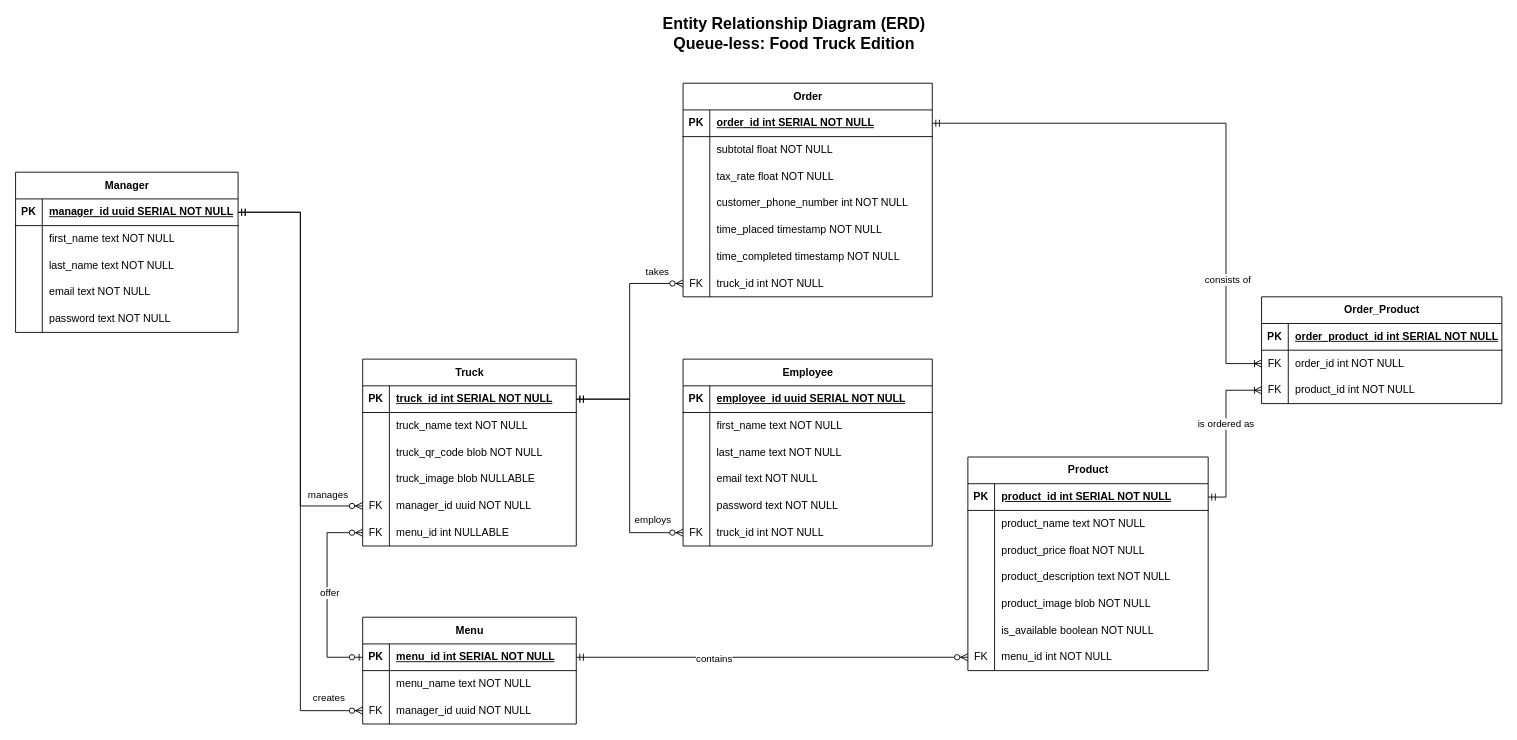
MasonKrause7/qless-host keeps this draw.io diagram as qless/documentation/ERD.drawio. Above is the earlier version. Source tidied: cells renumbered, new cells numbered last; positions are measured from the earlier drawing's top-left corner, leaving out a move shared by most shapes. Both pictures are drawn from the tidied source at 89%, with x=0, y=0 at pixel (15, 20).
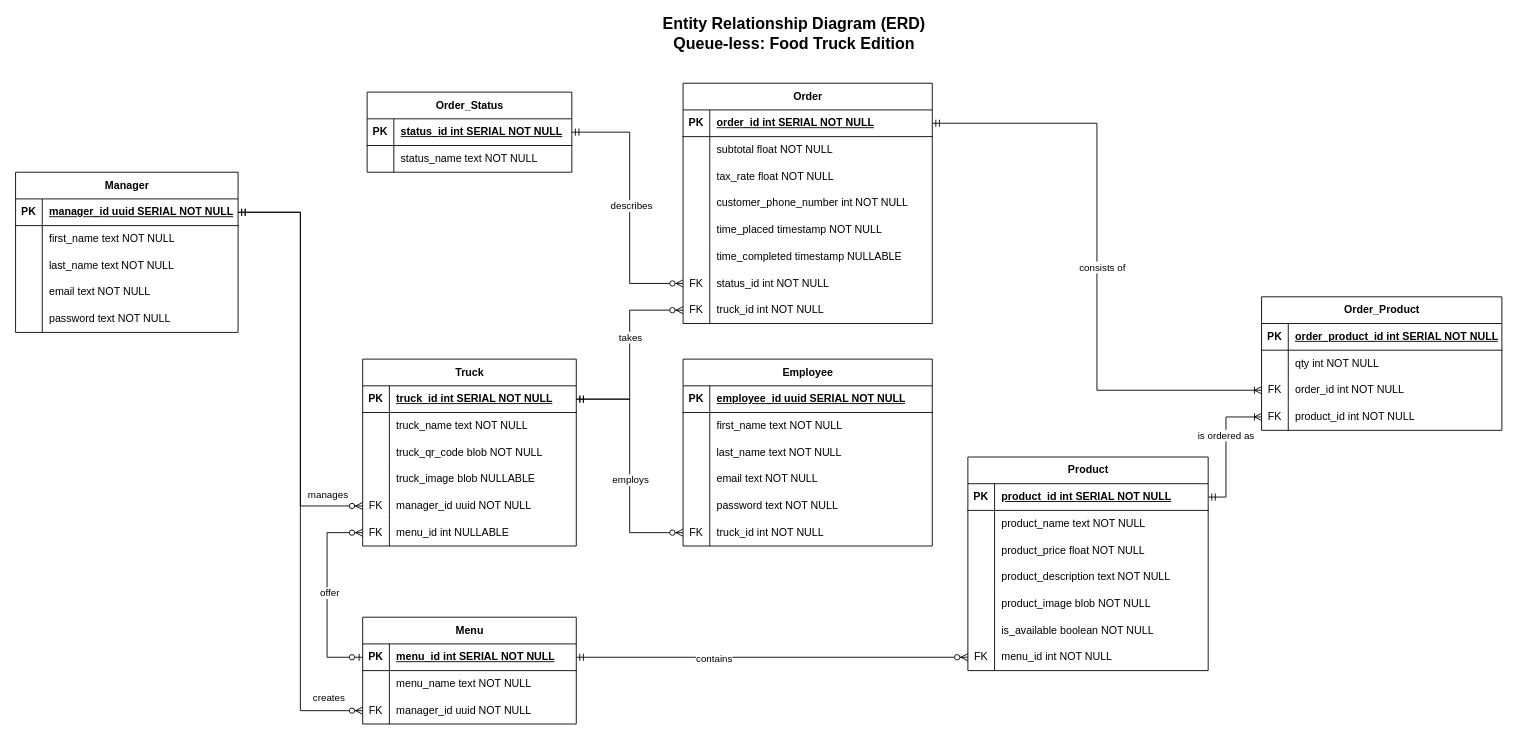
After the change.

Unchanged cells that the change refers to:
```xml
<mxCell id="3" style="shape=tableRow;horizontal=0;startSize=0;swimlaneHead=0;swimlaneBody=0;fillColor=none;points=[[0,0.5],[1,0.5]];portConstraint=eastwest;top=0;left=0;right=0;bottom=1;" parent="2" vertex="1">
  <mxGeometry y="30" width="240" height="30" as="geometry" />
</mxCell>
<mxCell id="48" style="shape=tableRow;horizontal=0;startSize=0;swimlaneHead=0;swimlaneBody=0;fillColor=none;points=[[0,0.5],[1,0.5]];portConstraint=eastwest;top=0;left=0;right=0;bottom=1;" parent="47" vertex="1">
  <mxGeometry y="30" width="280" height="30" as="geometry" />
</mxCell>
<mxCell id="63" style="shape=tableRow;horizontal=0;startSize=0;swimlaneHead=0;swimlaneBody=0;fillColor=none;top=0;left=0;right=0;bottom=0;" parent="47" vertex="1">
  <mxGeometry y="180" width="280" height="30" as="geometry" />
</mxCell>
<mxCell id="66" style="shape=tableRow;horizontal=0;startSize=0;swimlaneHead=0;swimlaneBody=0;fillColor=none;points=[[0,0.5],[1,0.5]];portConstraint=eastwest;top=0;left=0;right=0;bottom=0;" parent="47" vertex="1">
  <mxGeometry y="210" width="280" height="30" as="geometry" />
</mxCell>
<mxCell id="70" style="shape=tableRow;horizontal=0;startSize=0;swimlaneHead=0;swimlaneBody=0;fillColor=none;points=[[0,0.5],[1,0.5]];portConstraint=eastwest;top=0;left=0;right=0;bottom=1;" parent="69" vertex="1">
  <mxGeometry y="30" width="270" height="30" as="geometry" />
</mxCell>
<mxCell id="95" style="shape=tableRow;horizontal=0;startSize=0;swimlaneHead=0;swimlaneBody=0;fillColor=none;points=[[0,0.5],[1,0.5]];portConstraint=eastwest;top=0;left=0;right=0;bottom=0;" parent="91" vertex="1">
  <mxGeometry y="60" width="270" height="30" as="geometry" />
</mxCell>
<mxCell id="98" style="shape=tableRow;horizontal=0;startSize=0;swimlaneHead=0;swimlaneBody=0;fillColor=none;points=[[0,0.5],[1,0.5]];portConstraint=eastwest;top=0;left=0;right=0;bottom=0;" parent="91" vertex="1">
  <mxGeometry y="90" width="270" height="30" as="geometry" />
</mxCell>
<mxCell id="131" style="edgeStyle=orthogonalEdgeStyle;fontSize=12;html=1;endArrow=ERzeroToMany;startArrow=ERmandOne;rounded=0;exitX=1;exitY=0.5;exitDx=0;exitDy=0;entryX=0;entryY=0.5;entryDx=0;entryDy=0;" parent="1" edge="1" source="3" target="128">
  <mxGeometry relative="1" as="geometry" />
</mxCell>
```

What changed in the source:
```diff
@@
     <mxCell id="47" value="Order" style="shape=table;startSize=30;childLayout=tableLayout;rowLines=0;fontStyle=1;align=center;html=1;" parent="1" vertex="1">
-      <mxGeometry x="750" y="70" width="280" height="240" as="geometry" />
+      <mxGeometry x="750" y="70" width="280" height="270" as="geometry" />
     </mxCell>
@@
-    <mxCell id="65" value="time_completed timestamp NOT NULL" style="shape=partialRectangle;fillColor=none;top=0;left=0;bottom=0;right=0;align=left;spacingLeft=6;overflow=hidden;whiteSpace=wrap;html=1;" parent="63" vertex="1">
+    <mxCell id="65" value="time_completed timestamp NULLABLE" style="shape=partialRectangle;fillColor=none;top=0;left=0;bottom=0;right=0;align=left;spacingLeft=6;overflow=hidden;whiteSpace=wrap;html=1;" parent="63" vertex="1">
       <mxGeometry x="30" width="250" height="30" as="geometry" />
     </mxCell>
@@
-    <mxCell id="68" value="truck_id int NOT NULL&amp;nbsp;" style="shape=partialRectangle;fillColor=none;top=0;left=0;bottom=0;right=0;align=left;spacingLeft=6;overflow=hidden;whiteSpace=wrap;html=1;" parent="66" vertex="1">
+    <mxCell id="68" value="status_id int NOT NULL" style="shape=partialRectangle;fillColor=none;top=0;left=0;bottom=0;right=0;align=left;spacingLeft=6;overflow=hidden;whiteSpace=wrap;html=1;" parent="66" vertex="1">
       <mxGeometry x="30" width="250" height="30" as="geometry" />
     </mxCell>
+    <mxCell id="137" style="shape=tableRow;horizontal=0;startSize=0;swimlaneHead=0;swimlaneBody=0;fillColor=none;points=[[0,0.5],[1,0.5]];portConstraint=eastwest;top=0;left=0;right=0;bottom=0;" parent="47" vertex="1">
+      <mxGeometry y="240" width="280" height="30" as="geometry" />
+    </mxCell>
+    <mxCell id="138" value="FK" style="shape=partialRectangle;fillColor=none;top=0;left=0;bottom=0;right=0;overflow=hidden;whiteSpace=wrap;html=1;" parent="137" vertex="1">
+      <mxGeometry width="30" height="30" as="geometry" />
+    </mxCell>
+    <mxCell id="139" value="truck_id int NOT NULL" style="shape=partialRectangle;fillColor=none;top=0;left=0;bottom=0;right=0;align=left;spacingLeft=6;overflow=hidden;whiteSpace=wrap;html=1;" parent="137" vertex="1">
+      <mxGeometry x="30" width="250" height="30" as="geometry" />
+    </mxCell>
@@
     <mxCell id="91" value="Order_Product" style="shape=table;startSize=30;childLayout=tableLayout;rowLines=0;fontStyle=1;align=center;html=1;" parent="1" vertex="1">
-      <mxGeometry x="1400" y="310" width="270" height="120" as="geometry" />
+      <mxGeometry x="1400" y="310" width="270" height="150" as="geometry" />
     </mxCell>
@@
-    <mxCell id="96" value="FK" style="shape=partialRectangle;fillColor=none;top=0;left=0;bottom=0;right=0;overflow=hidden;whiteSpace=wrap;html=1;" parent="95" vertex="1">
+    <mxCell id="96" style="shape=partialRectangle;fillColor=none;top=0;left=0;bottom=0;right=0;overflow=hidden;whiteSpace=wrap;html=1;" parent="95" vertex="1">
       <mxGeometry width="30" height="30" as="geometry" />
     </mxCell>
-    <mxCell id="97" value="order_id int NOT NULL" style="shape=partialRectangle;fillColor=none;top=0;left=0;bottom=0;right=0;align=left;spacingLeft=6;overflow=hidden;whiteSpace=wrap;html=1;" parent="95" vertex="1">
+    <mxCell id="97" value="qty int NOT NULL" style="shape=partialRectangle;fillColor=none;top=0;left=0;bottom=0;right=0;align=left;spacingLeft=6;overflow=hidden;whiteSpace=wrap;html=1;" parent="95" vertex="1">
       <mxGeometry x="30" width="240" height="30" as="geometry" />
     </mxCell>
@@
-    <mxCell id="100" value="product_id int NOT NULL" style="shape=partialRectangle;fillColor=none;top=0;left=0;bottom=0;right=0;align=left;spacingLeft=6;overflow=hidden;whiteSpace=wrap;html=1;" parent="98" vertex="1">
+    <mxCell id="100" value="order_id int NOT NULL" style="shape=partialRectangle;fillColor=none;top=0;left=0;bottom=0;right=0;align=left;spacingLeft=6;overflow=hidden;whiteSpace=wrap;html=1;" parent="98" vertex="1">
       <mxGeometry x="30" width="240" height="30" as="geometry" />
     </mxCell>
+    <mxCell id="140" style="shape=tableRow;horizontal=0;startSize=0;swimlaneHead=0;swimlaneBody=0;fillColor=none;points=[[0,0.5],[1,0.5]];portConstraint=eastwest;top=0;left=0;right=0;bottom=0;" parent="91" vertex="1">
+      <mxGeometry y="120" width="270" height="30" as="geometry" />
+    </mxCell>
+    <mxCell id="141" value="FK" style="shape=partialRectangle;fillColor=none;top=0;left=0;bottom=0;right=0;overflow=hidden;whiteSpace=wrap;html=1;" parent="140" vertex="1">
+      <mxGeometry width="30" height="30" as="geometry" />
+    </mxCell>
+    <mxCell id="142" value="product_id int NOT NULL" style="shape=partialRectangle;fillColor=none;top=0;left=0;bottom=0;right=0;align=left;spacingLeft=6;overflow=hidden;whiteSpace=wrap;html=1;" parent="140" vertex="1">
+      <mxGeometry x="30" width="240" height="30" as="geometry" />
+    </mxCell>
@@
-    <mxCell id="103" style="edgeStyle=orthogonalEdgeStyle;fontSize=12;html=1;endArrow=ERoneToMany;startArrow=ERmandOne;rounded=0;exitX=1;exitY=0.5;exitDx=0;exitDy=0;entryX=0;entryY=0.5;entryDx=0;entryDy=0;" parent="1" edge="1" source="48" target="95">
-      <mxGeometry relative="1" as="geometry">
-        <Array as="points">
-          <mxPoint x="1360" y="115" />
-          <mxPoint x="1360" y="385" />
-        </Array>
-      </mxGeometry>
+    <mxCell id="103" style="edgeStyle=orthogonalEdgeStyle;fontSize=12;html=1;endArrow=ERoneToMany;startArrow=ERmandOne;rounded=0;exitX=1;exitY=0.5;exitDx=0;exitDy=0;entryX=0;entryY=0.5;entryDx=0;entryDy=0;" parent="1" edge="1" source="48" target="98">
+      <mxGeometry relative="1" as="geometry" />
     </mxCell>
     <mxCell id="104" value="consists of" style="edgeLabel;html=1;align=center;verticalAlign=middle;" parent="103" vertex="1">
       <mxGeometry x="-0.15" y="1" relative="1" as="geometry">
-        <mxPoint x="59" y="176" as="offset" />
+        <mxPoint x="4" y="61" as="offset" />
       </mxGeometry>
     </mxCell>
-    <mxCell id="105" style="edgeStyle=orthogonalEdgeStyle;fontSize=12;html=1;endArrow=ERzeroToMany;startArrow=ERmandOne;rounded=0;exitX=1;exitY=0.5;exitDx=0;exitDy=0;entryX=0;entryY=0.5;entryDx=0;entryDy=0;" parent="1" edge="1" source="3" target="66">
+    <mxCell id="105" style="edgeStyle=orthogonalEdgeStyle;fontSize=12;html=1;endArrow=ERzeroToMany;startArrow=ERmandOne;rounded=0;exitX=1;exitY=0.5;exitDx=0;exitDy=0;entryX=0;entryY=0.5;entryDx=0;entryDy=0;" parent="1" edge="1" source="3" target="137">
       <mxGeometry relative="1" as="geometry" />
     </mxCell>
     <mxCell id="106" value="takes" style="edgeLabel;html=1;align=center;verticalAlign=middle;" parent="105" vertex="1">
       <mxGeometry x="-0.24" y="-1" relative="1" as="geometry">
-        <mxPoint x="29" y="-109" as="offset" />
+        <mxPoint x="-1" y="-46" as="offset" />
       </mxGeometry>
     </mxCell>
-    <mxCell id="107" style="edgeStyle=orthogonalEdgeStyle;fontSize=12;html=1;endArrow=ERoneToMany;startArrow=ERmandOne;rounded=0;exitX=1;exitY=0.5;exitDx=0;exitDy=0;entryX=0;entryY=0.5;entryDx=0;entryDy=0;" parent="1" edge="1" source="70" target="98">
+    <mxCell id="107" style="edgeStyle=orthogonalEdgeStyle;fontSize=12;html=1;endArrow=ERoneToMany;startArrow=ERmandOne;rounded=0;exitX=1;exitY=0.5;exitDx=0;exitDy=0;entryX=0;entryY=0.5;entryDx=0;entryDy=0;" parent="1" edge="1" source="70" target="140">
       <mxGeometry relative="1" as="geometry">
         <Array as="points">
           <mxPoint x="1360" y="535" />
-          <mxPoint x="1360" y="415" />
+          <mxPoint x="1360" y="445" />
         </Array>
       </mxGeometry>
     </mxCell>
@@
     <mxCell id="132" value="employs" style="edgeLabel;html=1;align=center;verticalAlign=middle;" parent="131" vertex="1">
       <mxGeometry x="0.74" y="4" relative="1" as="geometry">
-        <mxPoint y="-11" as="offset" />
+        <mxPoint x="-25" y="-56" as="offset" />
       </mxGeometry>
     </mxCell>
@@
+    <mxCell id="143" value="Order_Status" style="shape=table;startSize=30;childLayout=tableLayout;rowLines=0;fontStyle=1;align=center;html=1;" parent="1" vertex="1">
+      <mxGeometry x="395" y="80" width="230" height="90" as="geometry" />
+    </mxCell>
+    <mxCell id="144" style="shape=tableRow;horizontal=0;startSize=0;swimlaneHead=0;swimlaneBody=0;fillColor=none;points=[[0,0.5],[1,0.5]];portConstraint=eastwest;top=0;left=0;right=0;bottom=1;" parent="143" vertex="1">
+      <mxGeometry y="30" width="230" height="30" as="geometry" />
+    </mxCell>
+    <mxCell id="145" value="PK" style="shape=partialRectangle;fillColor=none;top=0;left=0;bottom=0;right=0;fontStyle=1;overflow=hidden;whiteSpace=wrap;html=1;" parent="144" vertex="1">
+      <mxGeometry width="30" height="30" as="geometry" />
+    </mxCell>
+    <mxCell id="146" value="status_id int SERIAL NOT NULL" style="shape=partialRectangle;fillColor=none;top=0;left=0;bottom=0;right=0;align=left;spacingLeft=6;fontStyle=5;overflow=hidden;whiteSpace=wrap;html=1;" parent="144" vertex="1">
+      <mxGeometry x="30" width="200" height="30" as="geometry" />
+    </mxCell>
+    <mxCell id="147" style="shape=tableRow;horizontal=0;startSize=0;swimlaneHead=0;swimlaneBody=0;fillColor=none;top=0;left=0;right=0;bottom=0;" parent="143" vertex="1">
+      <mxGeometry y="60" width="230" height="30" as="geometry" />
+    </mxCell>
+    <mxCell id="148" style="shape=partialRectangle;fillColor=none;top=0;left=0;bottom=0;right=0;overflow=hidden;whiteSpace=wrap;html=1;" parent="147" vertex="1">
+      <mxGeometry width="30" height="30" as="geometry" />
+    </mxCell>
+    <mxCell id="149" value="status_name text NOT NULL" style="shape=partialRectangle;fillColor=none;top=0;left=0;bottom=0;right=0;align=left;spacingLeft=6;overflow=hidden;whiteSpace=wrap;html=1;" parent="147" vertex="1">
+      <mxGeometry x="30" width="200" height="30" as="geometry" />
+    </mxCell>
+    <mxCell id="150" style="edgeStyle=orthogonalEdgeStyle;fontSize=12;html=1;endArrow=ERzeroToMany;startArrow=ERmandOne;rounded=0;exitX=1;exitY=0.5;exitDx=0;exitDy=0;entryX=0;entryY=0.5;entryDx=0;entryDy=0;" parent="1" edge="1" source="144" target="66">
+      <mxGeometry relative="1" as="geometry">
+        <Array as="points">
+          <mxPoint x="690" y="125" />
+          <mxPoint x="690" y="295" />
+        </Array>
+      </mxGeometry>
+    </mxCell>
+    <mxCell id="151" value="describes" style="edgeLabel;html=1;align=center;verticalAlign=middle;" parent="150" vertex="1">
+      <mxGeometry x="-0.01" y="1" relative="1" as="geometry">
+        <mxPoint y="1" as="offset" />
+      </mxGeometry>
+    </mxCell>
```
